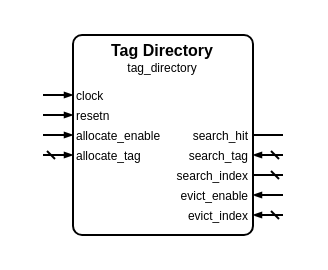
Above: sources/memory/tag_directory/tag_directory.symbol.drawio in Louis-DR/OmniCores-BuildingBlocks (draw.io), before the change. Source tidied: cells renumbered, new cells numbered last; positions are measured from the earlier drawing's top-left corner, leaving out a move shared by most shapes. Both pictures are drawn from the tidied source at 200%, with x=0, y=0 at pixel (42, 34).
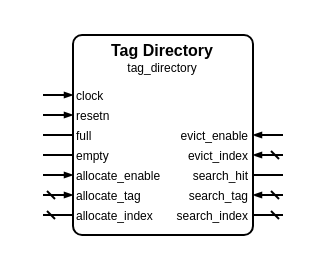
The same page after the edit.

Commit message (it also covers changes not shown here):
[Change] Make the tag directory actually correct (change ports, behavior, etc)

The change refers to these unchanged cells:
```xml
<mxCell id="2" style="group;" parent="1" vertex="1">
  <mxGeometry width="120" height="100" as="geometry" />
</mxCell>
```

Change to the diagram source:
```diff
@@
+    <mxCell id="24" value="full" style="text;html=1;align=left;verticalAlign=middle;whiteSpace=wrap;rounded=0;fontSize=6;fontStyle=0;fontColor=black;" parent="2" vertex="1">
+      <mxGeometry x="15" y="50" width="90" as="geometry" />
+    </mxCell>
+    <mxCell id="25" style="html=1;rounded=1;strokeWidth=1;strokeColor=black;startFill=0;startSize=2;startArrow=none;endFill=1;endSize=2;endArrow=none;sourcePerimeterSpacing=0;" parent="2" edge="1">
+      <mxGeometry relative="1" as="geometry">
+        <mxPoint y="50" as="sourcePoint" />
+        <mxPoint x="15" y="50" as="targetPoint" />
+      </mxGeometry>
+    </mxCell>
+    <mxCell id="20" value="evict_enable" style="text;html=1;align=right;verticalAlign=middle;whiteSpace=wrap;rounded=0;fontSize=6;fontStyle=0;fontColor=black;" parent="2" vertex="1">
+      <mxGeometry x="15" y="50" width="90" as="geometry" />
+    </mxCell>
+    <mxCell id="21" style="html=1;rounded=1;strokeWidth=1;strokeColor=black;startFill=0;startSize=2;startArrow=none;endFill=1;endSize=2;endArrow=blockThin;sourcePerimeterSpacing=0;" parent="2" edge="1">
+      <mxGeometry relative="1" as="geometry">
+        <mxPoint x="120" y="50" as="sourcePoint" />
+        <mxPoint x="105" y="50" as="targetPoint" />
+      </mxGeometry>
+    </mxCell>
+    <mxCell id="26" value="empty" style="text;html=1;align=left;verticalAlign=middle;whiteSpace=wrap;rounded=0;fontSize=6;fontStyle=0;fontColor=black;" parent="2" vertex="1">
+      <mxGeometry x="15" y="60" width="90" as="geometry" />
+    </mxCell>
+    <mxCell id="27" style="html=1;rounded=1;strokeWidth=1;strokeColor=black;startFill=0;startSize=2;startArrow=none;endFill=1;endSize=2;endArrow=none;sourcePerimeterSpacing=0;" parent="2" edge="1">
+      <mxGeometry relative="1" as="geometry">
+        <mxPoint y="60" as="sourcePoint" />
+        <mxPoint x="15" y="60" as="targetPoint" />
+      </mxGeometry>
+    </mxCell>
+    <mxCell id="22" value="evict_index" style="text;html=1;align=right;verticalAlign=middle;whiteSpace=wrap;rounded=0;fontSize=6;fontStyle=0;fontColor=black;" parent="2" vertex="1">
+      <mxGeometry x="15" y="60" width="90" as="geometry" />
+    </mxCell>
+    <mxCell id="23" style="html=1;rounded=1;strokeWidth=1;strokeColor=black;startFill=0;startSize=2;startArrow=dash;endFill=1;endSize=2;endArrow=blockThin;sourcePerimeterSpacing=0;" parent="2" edge="1">
+      <mxGeometry relative="1" as="geometry">
+        <mxPoint x="120" y="60" as="sourcePoint" />
+        <mxPoint x="105" y="60" as="targetPoint" />
+      </mxGeometry>
+    </mxCell>
     <mxCell id="10" value="allocate_enable" style="text;html=1;align=left;verticalAlign=middle;whiteSpace=wrap;rounded=0;fontSize=6;fontStyle=0;fontColor=black;" parent="2" vertex="1">
-      <mxGeometry x="15" y="50" width="90" as="geometry" />
+      <mxGeometry x="15" y="70" width="90" as="geometry" />
     </mxCell>
     <mxCell id="11" style="html=1;rounded=1;strokeWidth=1;strokeColor=black;startFill=0;startSize=2;startArrow=none;endFill=1;endSize=2;endArrow=blockThin;sourcePerimeterSpacing=0;" parent="2" edge="1">
       <mxGeometry relative="1" as="geometry">
-        <mxPoint y="50" as="sourcePoint" />
-        <mxPoint x="15" y="50" as="targetPoint" />
+        <mxPoint y="70" as="sourcePoint" />
+        <mxPoint x="15" y="70" as="targetPoint" />
       </mxGeometry>
     </mxCell>
     <mxCell id="12" value="search_hit" style="text;html=1;align=right;verticalAlign=middle;whiteSpace=wrap;rounded=0;fontSize=6;fontStyle=0;fontColor=black;" parent="2" vertex="1">
-      <mxGeometry x="15" y="50" width="90" as="geometry" />
+      <mxGeometry x="15" y="70" width="90" as="geometry" />
     </mxCell>
     <mxCell id="13" style="html=1;rounded=1;strokeWidth=1;strokeColor=black;startFill=0;startSize=2;startArrow=none;endFill=1;endSize=2;endArrow=none;sourcePerimeterSpacing=0;" parent="2" edge="1">
       <mxGeometry relative="1" as="geometry">
-        <mxPoint x="120" y="50" as="sourcePoint" />
-        <mxPoint x="105" y="50" as="targetPoint" />
+        <mxPoint x="120" y="70" as="sourcePoint" />
+        <mxPoint x="105" y="70" as="targetPoint" />
       </mxGeometry>
     </mxCell>
     <mxCell id="14" value="allocate_tag" style="text;html=1;align=left;verticalAlign=middle;whiteSpace=wrap;rounded=0;fontSize=6;fontStyle=0;fontColor=black;" parent="2" vertex="1">
-      <mxGeometry x="15" y="60" width="90" as="geometry" />
+      <mxGeometry x="15" y="80" width="90" as="geometry" />
     </mxCell>
     <mxCell id="15" style="html=1;rounded=1;strokeWidth=1;strokeColor=black;startFill=0;startSize=2;startArrow=dash;endFill=1;endSize=2;endArrow=blockThin;sourcePerimeterSpacing=0;" parent="2" edge="1">
       <mxGeometry relative="1" as="geometry">
-        <mxPoint y="60" as="sourcePoint" />
-        <mxPoint x="15" y="60" as="targetPoint" />
+        <mxPoint y="80" as="sourcePoint" />
+        <mxPoint x="15" y="80" as="targetPoint" />
       </mxGeometry>
     </mxCell>
     <mxCell id="16" value="search_tag" style="text;html=1;align=right;verticalAlign=middle;whiteSpace=wrap;rounded=0;fontSize=6;fontStyle=0;fontColor=black;" parent="2" vertex="1">
-      <mxGeometry x="15" y="60" width="90" as="geometry" />
+      <mxGeometry x="15" y="80" width="90" as="geometry" />
     </mxCell>
     <mxCell id="17" style="html=1;rounded=1;strokeWidth=1;strokeColor=black;startFill=0;startSize=2;startArrow=dash;endFill=1;endSize=2;endArrow=blockThin;sourcePerimeterSpacing=0;" parent="2" edge="1">
       <mxGeometry relative="1" as="geometry">
-        <mxPoint x="120" y="60" as="sourcePoint" />
-        <mxPoint x="105" y="60" as="targetPoint" />
+        <mxPoint x="120" y="80" as="sourcePoint" />
+        <mxPoint x="105" y="80" as="targetPoint" />
       </mxGeometry>
     </mxCell>
+    <mxCell id="28" value="allocate_index" style="text;html=1;align=left;verticalAlign=middle;whiteSpace=wrap;rounded=0;fontSize=6;fontStyle=0;fontColor=black;" parent="2" vertex="1">
+      <mxGeometry x="15" y="90" width="90" as="geometry" />
+    </mxCell>
+    <mxCell id="29" style="html=1;rounded=1;strokeWidth=1;strokeColor=black;startFill=0;startSize=2;startArrow=dash;endFill=1;endSize=2;endArrow=none;sourcePerimeterSpacing=0;" parent="2" edge="1">
+      <mxGeometry relative="1" as="geometry">
+        <mxPoint y="90" as="sourcePoint" />
+        <mxPoint x="15" y="90" as="targetPoint" />
+      </mxGeometry>
+    </mxCell>
     <mxCell id="18" value="search_index" style="text;html=1;align=right;verticalAlign=middle;whiteSpace=wrap;rounded=0;fontSize=6;fontStyle=0;fontColor=black;" parent="2" vertex="1">
-      <mxGeometry x="15" y="70" width="90" as="geometry" />
+      <mxGeometry x="15" y="90" width="90" as="geometry" />
     </mxCell>
     <mxCell id="19" style="html=1;rounded=1;strokeWidth=1;strokeColor=black;startFill=0;startSize=2;startArrow=dash;endFill=1;endSize=2;endArrow=none;sourcePerimeterSpacing=0;" parent="2" edge="1">
       <mxGeometry relative="1" as="geometry">
-        <mxPoint x="120" y="70" as="sourcePoint" />
-        <mxPoint x="105" y="70" as="targetPoint" />
+        <mxPoint x="120" y="90" as="sourcePoint" />
+        <mxPoint x="105" y="90" as="targetPoint" />
       </mxGeometry>
     </mxCell>
-    <mxCell id="20" value="evict_enable" style="text;html=1;align=right;verticalAlign=middle;whiteSpace=wrap;rounded=0;fontSize=6;fontStyle=0;fontColor=black;" parent="2" vertex="1">
-      <mxGeometry x="15" y="80" width="90" as="geometry" />
-    </mxCell>
-    <mxCell id="21" style="html=1;rounded=1;strokeWidth=1;strokeColor=black;startFill=0;startSize=2;startArrow=none;endFill=1;endSize=2;endArrow=blockThin;sourcePerimeterSpacing=0;" parent="2" edge="1">
-      <mxGeometry relative="1" as="geometry">
-        <mxPoint x="120" y="80" as="sourcePoint" />
-        <mxPoint x="105" y="80" as="targetPoint" />
-      </mxGeometry>
-    </mxCell>
-    <mxCell id="22" value="evict_index" style="text;html=1;align=right;verticalAlign=middle;whiteSpace=wrap;rounded=0;fontSize=6;fontStyle=0;fontColor=black;" parent="2" vertex="1">
-      <mxGeometry x="15" y="90" width="90" as="geometry" />
-    </mxCell>
-    <mxCell id="23" style="html=1;rounded=1;strokeWidth=1;strokeColor=black;startFill=0;startSize=2;startArrow=dash;endFill=1;endSize=2;endArrow=blockThin;sourcePerimeterSpacing=0;" parent="2" edge="1">
-      <mxGeometry relative="1" as="geometry">
-        <mxPoint x="120" y="90" as="sourcePoint" />
-        <mxPoint x="105" y="90" as="targetPoint" />
-      </mxGeometry>
-    </mxCell>
```
